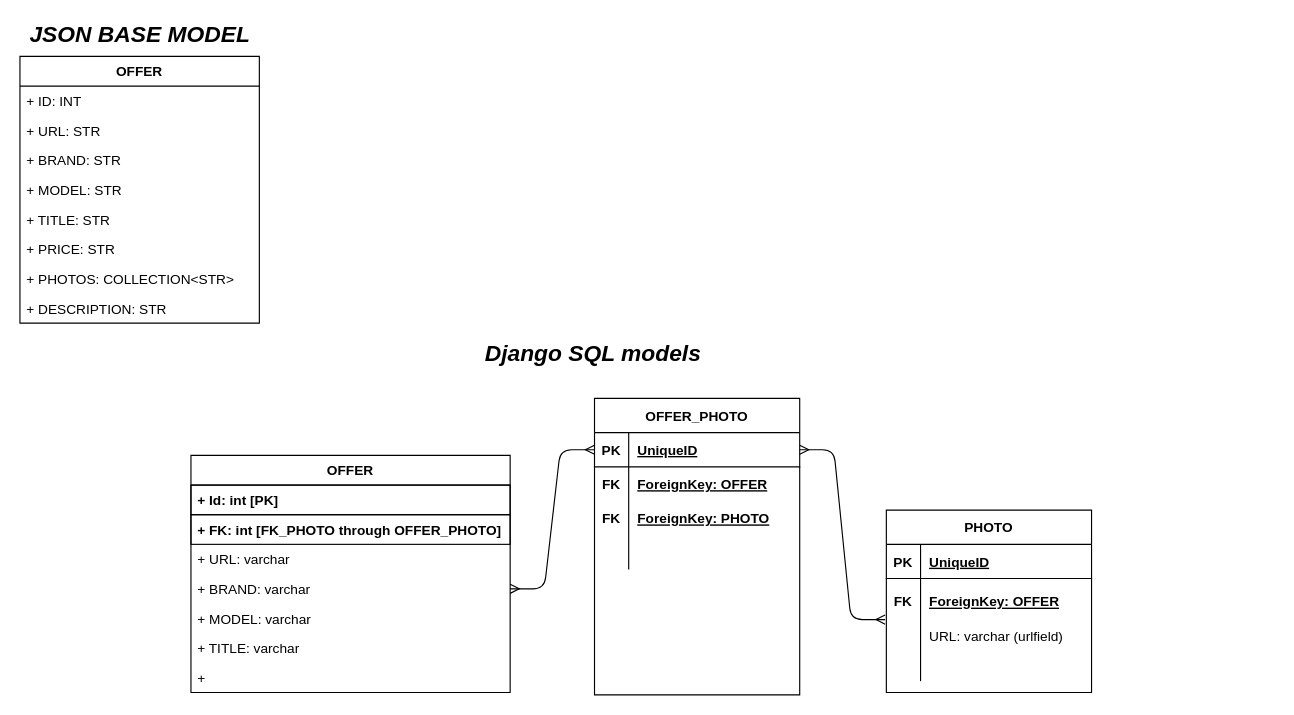
Earlier version of the draw.io diagram MotoCrawler/MotoCrawler.drawio (PSarapata/Moto_Crawler). Source tidied: cells renumbered, new cells numbered last; positions are measured from the earlier drawing's top-left corner, leaving out a move shared by most shapes. Both pictures are drawn from the tidied source at 114%, with x=0, y=0 at pixel (19, 22).
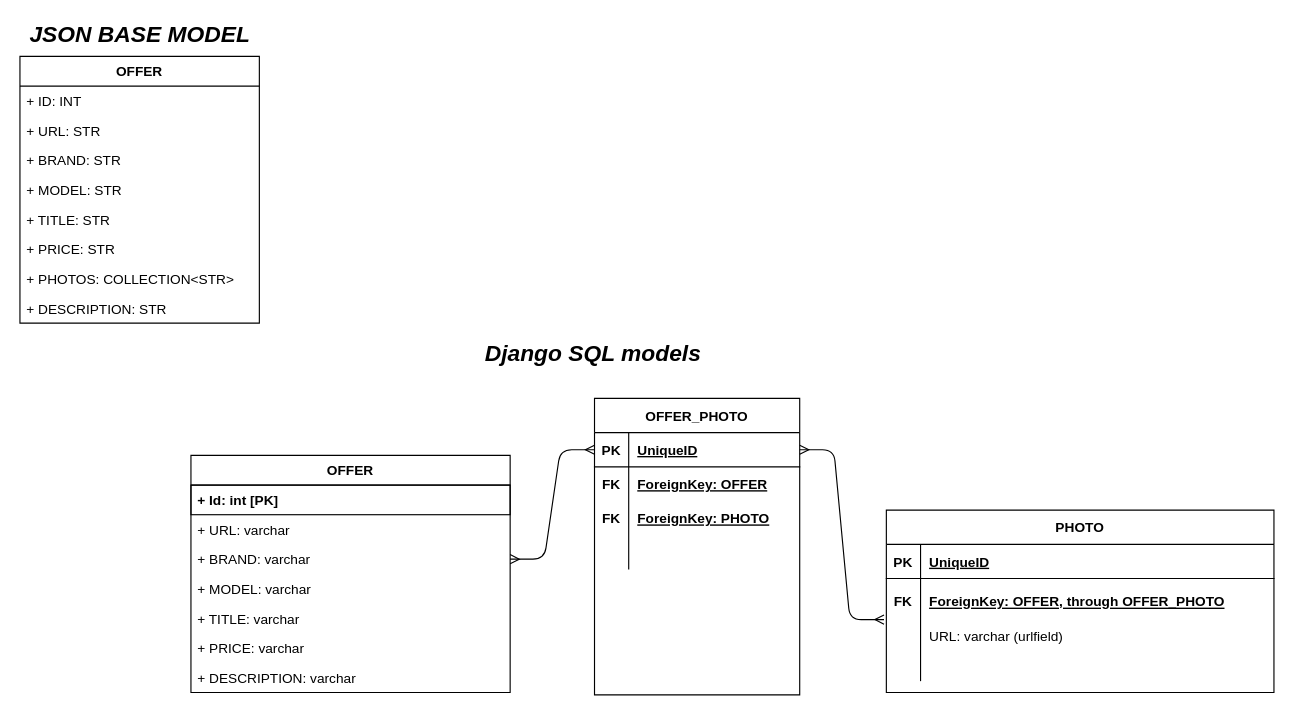
After the change.

Unchanged cells that the change refers to:
```xml
<mxCell id="37" value="OFFER" style="swimlane;fontStyle=1;align=center;verticalAlign=top;horizontal=1;startSize=26;" parent="1" vertex="1">
  <mxGeometry x="150" y="380" width="280" height="208" as="geometry" />
</mxCell>
```

What changed in the source:
```diff
@@
     <mxCell id="11" value="PHOTO" style="shape=table;startSize=30;childLayout=tableLayout;rowLines=0;fontStyle=1;align=center;" parent="1" vertex="1">
-      <mxGeometry x="760" y="428" width="180" height="160" as="geometry" />
+      <mxGeometry x="760" y="428" width="340" height="160" as="geometry" />
     </mxCell>
     <mxCell id="12" style="shape=partialRectangle;fillColor=none;top=0;left=0;bottom=1;right=0;" parent="11" vertex="1">
-      <mxGeometry y="30" width="180" height="30" as="geometry" />
+      <mxGeometry y="30" width="340" height="30" as="geometry" />
     </mxCell>
@@
     <mxCell id="14" value="UniqueID" style="shape=partialRectangle;fillColor=none;top=0;left=0;bottom=0;right=0;align=left;spacingLeft=6;fontStyle=5;overflow=hidden;" parent="12" vertex="1">
-      <mxGeometry x="30" width="150" height="30" as="geometry" />
+      <mxGeometry x="30" width="310" height="30" as="geometry" />
     </mxCell>
     <mxCell id="15" style="shape=partialRectangle;fillColor=none;top=0;left=0;bottom=0;right=0;" parent="11" vertex="1">
-      <mxGeometry y="60" width="180" height="30" as="geometry" />
+      <mxGeometry y="60" width="340" height="30" as="geometry" />
     </mxCell>
@@
     <mxCell id="17" style="shape=partialRectangle;fillColor=none;top=0;left=0;bottom=0;right=0;align=left;spacingLeft=6;overflow=hidden;" parent="15" vertex="1">
-      <mxGeometry x="30" width="150" height="30" as="geometry" />
+      <mxGeometry x="30" width="310" height="30" as="geometry" />
     </mxCell>
     <mxCell id="18" style="shape=partialRectangle;fillColor=none;top=0;left=0;bottom=0;right=0;points=[[0,0.5],[1,0.5]];portConstraint=eastwest;" parent="11" vertex="1">
-      <mxGeometry y="90" width="180" height="30" as="geometry" />
+      <mxGeometry y="90" width="340" height="30" as="geometry" />
     </mxCell>
@@
     <mxCell id="20" style="shape=partialRectangle;fillColor=none;top=0;left=0;bottom=0;right=0;align=left;spacingLeft=6;overflow=hidden;" parent="18" vertex="1">
-      <mxGeometry x="30" width="150" height="30" as="geometry" />
+      <mxGeometry x="30" width="310" height="30" as="geometry" />
     </mxCell>
     <mxCell id="21" style="shape=partialRectangle;fillColor=none;top=0;left=0;bottom=0;right=0;" parent="11" vertex="1">
-      <mxGeometry y="120" width="180" height="30" as="geometry" />
+      <mxGeometry y="120" width="340" height="30" as="geometry" />
     </mxCell>
@@
     <mxCell id="23" style="shape=partialRectangle;fillColor=none;top=0;left=0;bottom=0;right=0;align=left;spacingLeft=6;overflow=hidden;" parent="21" vertex="1">
-      <mxGeometry x="30" width="150" height="30" as="geometry" />
+      <mxGeometry x="30" width="310" height="30" as="geometry" />
     </mxCell>
@@
-    <mxCell id="39" value="+ FK: int [FK_PHOTO through OFFER_PHOTO]" style="text;align=left;verticalAlign=top;spacingLeft=4;spacingRight=4;overflow=hidden;strokeColor=#000000;strokeWidth=1;fontStyle=1;" parent="37" vertex="1">
-      <mxGeometry y="52" width="280" height="26" as="geometry" />
-    </mxCell>
     <mxCell id="40" value="+ URL: varchar" style="text;strokeColor=none;fillColor=none;align=left;verticalAlign=top;spacingLeft=4;spacingRight=4;overflow=hidden;" parent="37" vertex="1">
-      <mxGeometry y="78" width="280" height="26" as="geometry" />
+      <mxGeometry y="52" width="280" height="26" as="geometry" />
     </mxCell>
     <mxCell id="41" value="+ BRAND: varchar&#10;" style="text;strokeColor=none;fillColor=none;align=left;verticalAlign=top;spacingLeft=4;spacingRight=4;overflow=hidden;points=[[0,0.5],[1,0.5]];portConstraint=eastwest;" parent="37" vertex="1">
-      <mxGeometry y="104" width="280" height="26" as="geometry" />
+      <mxGeometry y="78" width="280" height="26" as="geometry" />
     </mxCell>
     <mxCell id="42" value="+ MODEL: varchar&#10;" style="text;strokeColor=none;fillColor=none;align=left;verticalAlign=top;spacingLeft=4;spacingRight=4;overflow=hidden;" parent="37" vertex="1">
-      <mxGeometry y="130" width="280" height="26" as="geometry" />
+      <mxGeometry y="104" width="280" height="26" as="geometry" />
     </mxCell>
     <mxCell id="43" value="+ TITLE: varchar&#10;" style="text;strokeColor=none;fillColor=none;align=left;verticalAlign=top;spacingLeft=4;spacingRight=4;overflow=hidden;" parent="37" vertex="1">
-      <mxGeometry y="156" width="280" height="26" as="geometry" />
+      <mxGeometry y="130" width="280" height="26" as="geometry" />
     </mxCell>
-    <mxCell id="44" value="+ &#10;" style="text;strokeColor=none;fillColor=none;align=left;verticalAlign=top;spacingLeft=4;spacingRight=4;overflow=hidden;" parent="37" vertex="1">
-      <mxGeometry y="182" width="280" height="26" as="geometry" />
+    <mxCell id="44" value="+ PRICE: varchar" style="text;strokeColor=none;fillColor=none;align=left;verticalAlign=top;spacingLeft=4;spacingRight=4;overflow=hidden;" parent="37" vertex="1">
+      <mxGeometry y="156" width="280" height="26" as="geometry" />
     </mxCell>
+    <mxCell id="56" value="+ DESCRIPTION: varchar&#10;" style="text;strokeColor=none;fillColor=none;align=left;verticalAlign=top;spacingLeft=4;spacingRight=4;overflow=hidden;" parent="37" vertex="1">
+      <mxGeometry y="182" width="280" height="26" as="geometry" />
+    </mxCell>
@@
-    <mxCell id="52" value="ForeignKey: OFFER" style="shape=partialRectangle;fillColor=none;top=0;left=0;bottom=0;right=0;align=left;spacingLeft=6;fontStyle=5;overflow=hidden;labelBorderColor=none;" parent="1" vertex="1">
-      <mxGeometry x="790" y="493" width="150" height="30" as="geometry" />
+    <mxCell id="52" value="ForeignKey: OFFER, through OFFER_PHOTO" style="shape=partialRectangle;fillColor=none;top=0;left=0;bottom=0;right=0;align=left;spacingLeft=6;fontStyle=5;overflow=hidden;labelBorderColor=none;" parent="1" vertex="1">
+      <mxGeometry x="790" y="493" width="270" height="30" as="geometry" />
     </mxCell>
```
